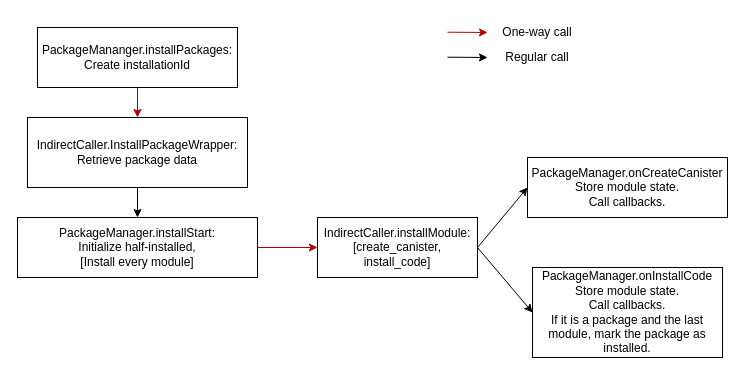
Above: docs/calls.drawio in vporton/icp-package-manager (draw.io), before the change. Source tidied: cells renumbered, new cells numbered last; positions are measured from the earlier drawing's top-left corner, leaving out a move shared by most shapes. Both pictures are drawn from the tidied source at 100%, with x=0, y=0 at pixel (17, 17).
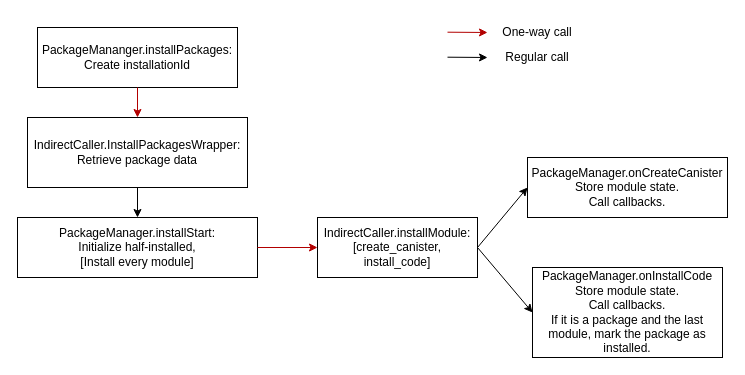
After the change.

What changed in the source:
```diff
@@
-    <mxCell id="3" value="&lt;div&gt;IndirectCaller.InstallPackageWrapper:&lt;/div&gt;&lt;div&gt;Retrieve package data&lt;/div&gt;" style="rounded=0;whiteSpace=wrap;html=1;" parent="1" vertex="1">
+    <mxCell id="3" value="&lt;div&gt;IndirectCaller.InstallPackagesWrapper:&lt;/div&gt;&lt;div&gt;Retrieve package data&lt;/div&gt;" style="rounded=0;whiteSpace=wrap;html=1;" parent="1" vertex="1">
       <mxGeometry x="10" y="100" width="220" height="70" as="geometry" />
     </mxCell>
```
